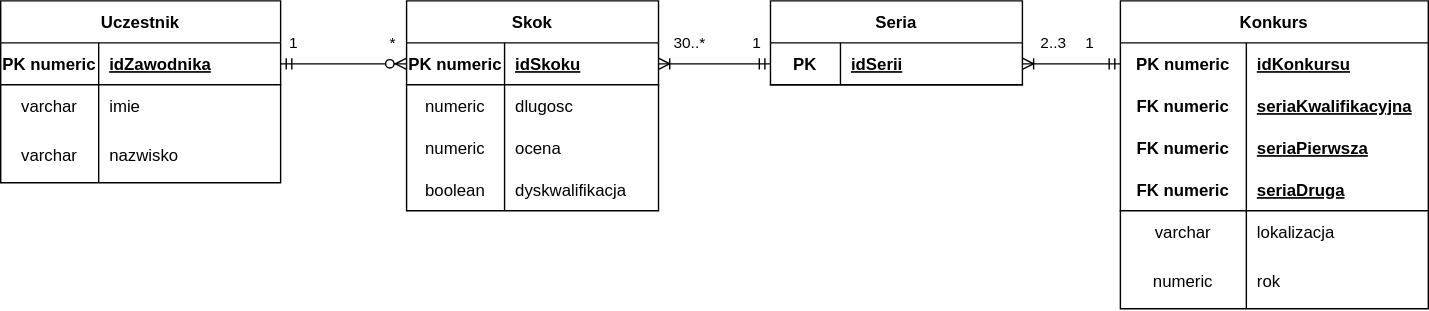
This is SkokiERD.svg from kamart02/skokiBD, a draw.io export, as it was before one commit. Source tidied: cells renumbered, new cells last; positions are measured from the earlier drawing's top-left corner, leaving out a move shared by most shapes.
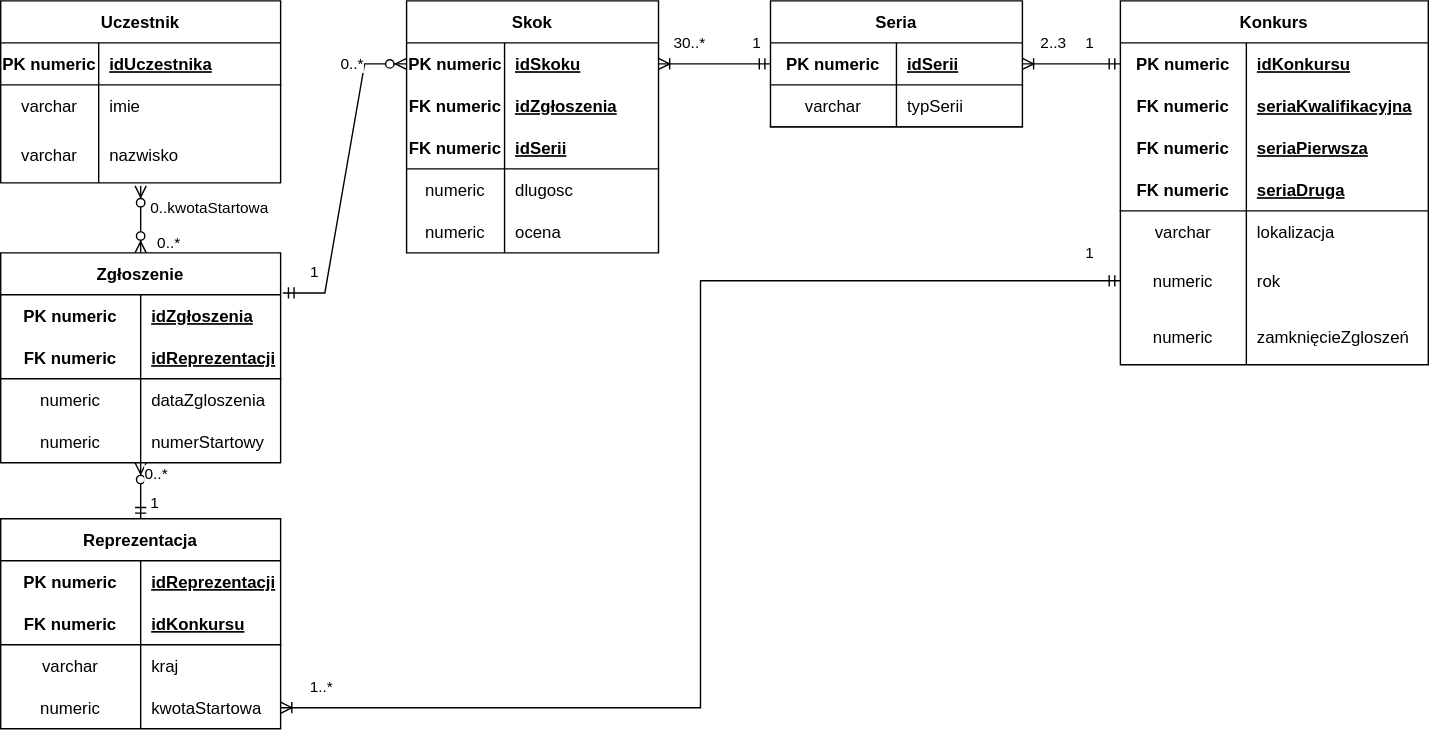
Later version of the same file.

Change to the diagram source:
```diff
@@ -11,7 +11,7 @@
     <mxCell id="4" value="PK numeric" style="shape=partialRectangle;fillColor=none;top=0;left=0;bottom=0;right=0;fontStyle=1;overflow=hidden;" parent="3" vertex="1">
       <mxGeometry width="70" height="30" as="geometry" />
     </mxCell>
-    <mxCell id="5" value="idZawodnika" style="shape=partialRectangle;fillColor=none;top=0;left=0;bottom=0;right=0;align=left;spacingLeft=6;fontStyle=5;overflow=hidden;" parent="3" vertex="1">
+    <mxCell id="5" value="idUczestnika" style="shape=partialRectangle;fillColor=none;top=0;left=0;bottom=0;right=0;align=left;spacingLeft=6;fontStyle=5;overflow=hidden;" parent="3" vertex="1">
       <mxGeometry x="70" width="130" height="30" as="geometry" />
     </mxCell>
     <mxCell id="6" style="shape=tableRow;horizontal=0;startSize=0;swimlaneHead=0;swimlaneBody=0;fillColor=none;top=0;left=0;right=0;bottom=0;" parent="2" vertex="1">
@@ -33,9 +33,9 @@
       <mxGeometry x="70" width="130" height="40" as="geometry" />
     </mxCell>
     <mxCell id="12" value="Skok" style="shape=table;startSize=30;rowLines=0;fontStyle=1;align=center;" parent="1" vertex="1">
-      <mxGeometry x="290" width="180" height="150" as="geometry" />
+      <mxGeometry x="290" width="180" height="180" as="geometry" />
     </mxCell>
-    <mxCell id="13" style="shape=tableRow;horizontal=0;startSize=0;swimlaneHead=0;swimlaneBody=0;fillColor=none;points=[[0,0.5],[1,0.5]];portConstraint=eastwest;top=0;left=0;right=0;bottom=1;" parent="12" vertex="1">
+    <mxCell id="13" style="shape=tableRow;horizontal=0;startSize=0;swimlaneHead=0;swimlaneBody=0;fillColor=none;points=[[0,0.5],[1,0.5]];portConstraint=eastwest;top=0;left=0;right=0;bottom=1;strokeColor=none;" parent="12" vertex="1">
       <mxGeometry y="30" width="180" height="30" as="geometry" />
     </mxCell>
     <mxCell id="14" value="PK numeric" style="shape=partialRectangle;fillColor=none;top=0;left=0;bottom=0;right=0;fontStyle=1;overflow=hidden;" parent="13" vertex="1">
@@ -44,8 +44,26 @@
     <mxCell id="15" value="idSkoku" style="shape=partialRectangle;fillColor=none;top=0;left=0;bottom=0;right=0;align=left;spacingLeft=6;fontStyle=5;overflow=hidden;" parent="13" vertex="1">
       <mxGeometry x="70" width="110" height="30" as="geometry" />
     </mxCell>
+    <mxCell id="57" style="shape=tableRow;horizontal=0;startSize=0;swimlaneHead=0;swimlaneBody=0;fillColor=none;top=0;left=0;right=0;bottom=1;strokeColor=none;" parent="12" vertex="1">
+      <mxGeometry y="60" width="180" height="30" as="geometry" />
+    </mxCell>
+    <mxCell id="58" value="FK numeric" style="shape=partialRectangle;fillColor=none;top=0;left=0;bottom=0;right=0;fontStyle=1;overflow=hidden;" parent="57" vertex="1">
+      <mxGeometry width="70" height="30" as="geometry" />
+    </mxCell>
+    <mxCell id="59" value="idZgłoszenia" style="shape=partialRectangle;fillColor=none;top=0;left=0;bottom=0;right=0;align=left;spacingLeft=6;fontStyle=5;overflow=hidden;" parent="57" vertex="1">
+      <mxGeometry x="70" width="110" height="30" as="geometry" />
+    </mxCell>
+    <mxCell id="60" style="shape=tableRow;horizontal=0;startSize=0;swimlaneHead=0;swimlaneBody=0;fillColor=none;top=0;left=0;right=0;bottom=1;" parent="12" vertex="1">
+      <mxGeometry y="90" width="180" height="30" as="geometry" />
+    </mxCell>
+    <mxCell id="61" value="FK numeric" style="shape=partialRectangle;fillColor=none;top=0;left=0;bottom=0;right=0;fontStyle=1;overflow=hidden;" parent="60" vertex="1">
+      <mxGeometry width="70" height="30" as="geometry" />
+    </mxCell>
+    <mxCell id="62" value="idSerii" style="shape=partialRectangle;fillColor=none;top=0;left=0;bottom=0;right=0;align=left;spacingLeft=6;fontStyle=5;overflow=hidden;" parent="60" vertex="1">
+      <mxGeometry x="70" width="110" height="30" as="geometry" />
+    </mxCell>
     <mxCell id="16" style="shape=tableRow;horizontal=0;startSize=0;swimlaneHead=0;swimlaneBody=0;fillColor=none;top=0;left=0;right=0;bottom=0;" parent="12" vertex="1">
-      <mxGeometry y="60" width="180" height="30" as="geometry" />
+      <mxGeometry y="120" width="180" height="30" as="geometry" />
     </mxCell>
     <mxCell id="17" value="numeric" style="shape=partialRectangle;fillColor=none;top=0;left=0;bottom=0;right=0;overflow=hidden;" parent="16" vertex="1">
       <mxGeometry width="70" height="30" as="geometry" />
@@ -54,7 +72,7 @@
       <mxGeometry x="70" width="110" height="30" as="geometry" />
     </mxCell>
     <mxCell id="19" style="shape=tableRow;horizontal=0;startSize=0;swimlaneHead=0;swimlaneBody=0;fillColor=none;top=0;left=0;right=0;bottom=0;" parent="12" vertex="1">
-      <mxGeometry y="90" width="180" height="30" as="geometry" />
+      <mxGeometry y="150" width="180" height="30" as="geometry" />
     </mxCell>
     <mxCell id="20" value="numeric" style="shape=partialRectangle;fillColor=none;top=0;left=0;bottom=0;right=0;overflow=hidden;" parent="19" vertex="1">
       <mxGeometry width="70" height="30" as="geometry" />
@@ -62,17 +80,8 @@
     <mxCell id="21" value="ocena" style="shape=partialRectangle;fillColor=none;top=0;left=0;bottom=0;right=0;align=left;spacingLeft=6;overflow=hidden;" parent="19" vertex="1">
       <mxGeometry x="70" width="110" height="30" as="geometry" />
     </mxCell>
-    <mxCell id="22" style="shape=tableRow;horizontal=0;startSize=0;swimlaneHead=0;swimlaneBody=0;fillColor=none;top=0;left=0;right=0;bottom=0;" parent="12" vertex="1">
-      <mxGeometry y="120" width="180" height="30" as="geometry" />
-    </mxCell>
-    <mxCell id="23" value="boolean" style="shape=partialRectangle;fillColor=none;top=0;left=0;bottom=0;right=0;overflow=hidden;" parent="22" vertex="1">
-      <mxGeometry width="70" height="30" as="geometry" />
-    </mxCell>
-    <mxCell id="24" value="dyskwalifikacja" style="shape=partialRectangle;fillColor=none;top=0;left=0;bottom=0;right=0;align=left;spacingLeft=6;overflow=hidden;" parent="22" vertex="1">
-      <mxGeometry x="70" width="110" height="30" as="geometry" />
-    </mxCell>
     <mxCell id="25" value="Konkurs" style="shape=table;startSize=30;rowLines=0;fontStyle=1;align=center;rounded=0;strokeColor=default;" parent="1" vertex="1">
-      <mxGeometry x="800" width="220" height="220" as="geometry" />
+      <mxGeometry x="800" width="220" height="260" as="geometry" />
     </mxCell>
     <mxCell id="26" style="shape=tableRow;horizontal=0;startSize=0;swimlaneHead=0;swimlaneBody=0;fillColor=none;points=[[0,0.5],[1,0.5]];portConstraint=eastwest;top=0;left=0;right=0;bottom=1;rounded=0;strokeColor=none;" parent="25" vertex="1">
       <mxGeometry y="30" width="220" height="30" as="geometry" />
@@ -128,19 +137,37 @@
     <mxCell id="43" value="rok" style="shape=partialRectangle;fillColor=none;top=0;left=0;bottom=0;right=0;align=left;spacingLeft=6;overflow=hidden;rounded=0;" parent="41" vertex="1">
       <mxGeometry x="90" width="130" height="40" as="geometry" />
     </mxCell>
+    <mxCell id="63" style="shape=tableRow;horizontal=0;startSize=0;swimlaneHead=0;swimlaneBody=0;fillColor=none;top=0;left=0;right=0;bottom=0;rounded=0;" parent="25" vertex="1">
+      <mxGeometry y="220" width="220" height="40" as="geometry" />
+    </mxCell>
+    <mxCell id="64" value="numeric" style="shape=partialRectangle;fillColor=none;top=0;left=0;bottom=0;right=0;overflow=hidden;rounded=0;" parent="63" vertex="1">
+      <mxGeometry width="90" height="40" as="geometry" />
+    </mxCell>
+    <mxCell id="65" value="zamknięcieZgloszeń" style="shape=partialRectangle;fillColor=none;top=0;left=0;bottom=0;right=0;align=left;spacingLeft=6;overflow=hidden;rounded=0;" parent="63" vertex="1">
+      <mxGeometry x="90" width="130" height="40" as="geometry" />
+    </mxCell>
     <mxCell id="44" value="Seria" style="shape=table;startSize=30;rowLines=0;fontStyle=1;align=center;rounded=0;strokeColor=default;" parent="1" vertex="1">
-      <mxGeometry x="550" width="180" height="60" as="geometry" />
+      <mxGeometry x="550" width="180" height="90" as="geometry" />
     </mxCell>
     <mxCell id="45" style="shape=tableRow;horizontal=0;startSize=0;swimlaneHead=0;swimlaneBody=0;fillColor=none;points=[[0,0.5],[1,0.5]];portConstraint=eastwest;top=0;left=0;right=0;bottom=1;rounded=0;strokeColor=default;" parent="44" vertex="1">
       <mxGeometry y="30" width="180" height="30" as="geometry" />
     </mxCell>
-    <mxCell id="46" value="PK" style="shape=partialRectangle;fillColor=none;top=0;left=0;bottom=0;right=0;fontStyle=1;overflow=hidden;rounded=0;strokeColor=default;" parent="45" vertex="1">
-      <mxGeometry width="50" height="30" as="geometry" />
+    <mxCell id="46" value="PK numeric" style="shape=partialRectangle;fillColor=none;top=0;left=0;bottom=0;right=0;fontStyle=1;overflow=hidden;rounded=0;strokeColor=default;" parent="45" vertex="1">
+      <mxGeometry width="90" height="30" as="geometry" />
     </mxCell>
     <mxCell id="47" value="idSerii" style="shape=partialRectangle;fillColor=none;top=0;left=0;bottom=0;right=0;align=left;spacingLeft=6;fontStyle=5;overflow=hidden;rounded=0;strokeColor=default;" parent="45" vertex="1">
-      <mxGeometry x="50" width="130" height="30" as="geometry" />
+      <mxGeometry x="90" width="90" height="30" as="geometry" />
     </mxCell>
+    <mxCell id="66" style="shape=tableRow;horizontal=0;startSize=0;swimlaneHead=0;swimlaneBody=0;fillColor=none;top=0;left=0;right=0;bottom=1;rounded=0;strokeColor=default;" parent="44" vertex="1">
+      <mxGeometry y="60" width="180" height="30" as="geometry" />
+    </mxCell>
+    <mxCell id="67" value="varchar" style="shape=partialRectangle;fillColor=none;top=0;left=0;bottom=0;right=0;fontStyle=0;overflow=hidden;rounded=0;strokeColor=default;" parent="66" vertex="1">
+      <mxGeometry width="90" height="30" as="geometry" />
+    </mxCell>
+    <mxCell id="68" value="typSerii" style="shape=partialRectangle;fillColor=none;top=0;left=0;bottom=0;right=0;align=left;spacingLeft=6;fontStyle=0;overflow=hidden;rounded=0;strokeColor=default;" parent="66" vertex="1">
+      <mxGeometry x="90" width="90" height="30" as="geometry" />
+    </mxCell>
-    <mxCell id="48" style="edgeStyle=entityRelationEdgeStyle;fontSize=12;html=1;endArrow=ERzeroToMany;startArrow=ERmandOne;rounded=0;exitX=1;exitY=0.5;exitDx=0;exitDy=0;entryX=0;entryY=0.5;entryDx=0;entryDy=0;" parent="1" edge="1" source="3" target="13">
+    <mxCell id="48" style="edgeStyle=entityRelationEdgeStyle;fontSize=12;html=1;endArrow=ERzeroToMany;startArrow=ERmandOne;rounded=0;exitX=1.008;exitY=0.191;exitDx=0;exitDy=0;entryX=0;entryY=0.5;entryDx=0;entryDy=0;exitPerimeter=0;" parent="1" edge="1" source="88" target="13">
       <mxGeometry relative="1" as="geometry" />
     </mxCell>
     <mxCell id="49" value="&lt;div&gt;1&lt;/div&gt;" style="edgeLabel;html=1;align=center;verticalAlign=middle;" parent="48" vertex="1">
@@ -148,9 +175,9 @@
         <mxPoint x="-1" y="-13" as="offset" />
       </mxGeometry>
     </mxCell>
-    <mxCell id="50" value="&lt;div&gt;*&lt;/div&gt;" style="edgeLabel;html=1;align=center;verticalAlign=middle;" parent="48" vertex="1">
+    <mxCell id="50" value="&lt;div&gt;0..*&lt;br&gt;&lt;/div&gt;" style="edgeLabel;html=1;align=center;verticalAlign=middle;" parent="48" vertex="1">
       <mxGeometry x="0.6" relative="1" as="geometry">
-        <mxPoint x="8" y="-15" as="offset" />
+        <mxPoint x="-7" y="-15" as="offset" />
       </mxGeometry>
     </mxCell>
     <mxCell id="51" style="fontSize=12;html=1;endArrow=ERoneToMany;startArrow=ERmandOne;rounded=0;edgeStyle=orthogonalEdgeStyle;exitX=0;exitY=0.5;exitDx=0;exitDy=0;entryX=1;entryY=0.5;entryDx=0;entryDy=0;" parent="1" edge="1" source="45" target="13">
@@ -179,5 +206,124 @@
         <mxPoint x="-8" y="-14" as="offset" />
       </mxGeometry>
     </mxCell>
+    <mxCell id="69" value="Reprezentacja" style="shape=table;startSize=30;rowLines=0;fontStyle=1;align=center;" parent="1" vertex="1">
+      <mxGeometry y="370" width="200" height="150" as="geometry" />
+    </mxCell>
+    <mxCell id="70" style="shape=tableRow;horizontal=0;startSize=0;swimlaneHead=0;swimlaneBody=0;fillColor=none;top=0;left=0;right=0;bottom=1;strokeColor=none;" parent="69" vertex="1">
+      <mxGeometry y="30" width="200" height="30" as="geometry" />
+    </mxCell>
+    <mxCell id="71" value="PK numeric" style="shape=partialRectangle;fillColor=none;top=0;left=0;bottom=0;right=0;fontStyle=1;overflow=hidden;" parent="70" vertex="1">
+      <mxGeometry width="100" height="30" as="geometry" />
+    </mxCell>
+    <mxCell id="72" value="idReprezentacji" style="shape=partialRectangle;fillColor=none;top=0;left=0;bottom=0;right=0;align=left;spacingLeft=6;fontStyle=5;overflow=hidden;strokeColor=none;" parent="70" vertex="1">
+      <mxGeometry x="100" width="100" height="30" as="geometry" />
+    </mxCell>
+    <mxCell id="73" style="shape=tableRow;horizontal=0;startSize=0;swimlaneHead=0;swimlaneBody=0;fillColor=none;top=0;left=0;right=0;bottom=1;strokeColor=default;" parent="69" vertex="1">
+      <mxGeometry y="60" width="200" height="30" as="geometry" />
+    </mxCell>
+    <mxCell id="74" value="FK numeric" style="shape=partialRectangle;fillColor=none;top=0;left=0;bottom=0;right=0;fontStyle=1;overflow=hidden;" parent="73" vertex="1">
+      <mxGeometry width="100" height="30" as="geometry" />
+    </mxCell>
+    <mxCell id="75" value="idKonkursu" style="shape=partialRectangle;fillColor=none;top=0;left=0;bottom=0;right=0;align=left;spacingLeft=6;fontStyle=5;overflow=hidden;strokeColor=none;" parent="73" vertex="1">
+      <mxGeometry x="100" width="100" height="30" as="geometry" />
+    </mxCell>
+    <mxCell id="76" style="shape=tableRow;horizontal=0;startSize=0;swimlaneHead=0;swimlaneBody=0;fillColor=none;top=0;left=0;right=0;bottom=0;" parent="69" vertex="1">
+      <mxGeometry y="90" width="200" height="30" as="geometry" />
+    </mxCell>
+    <mxCell id="77" value="varchar" style="shape=partialRectangle;fillColor=none;top=0;left=0;bottom=0;right=0;overflow=hidden;" parent="76" vertex="1">
+      <mxGeometry width="100" height="30" as="geometry" />
+    </mxCell>
+    <mxCell id="78" value="kraj" style="shape=partialRectangle;fillColor=none;top=0;left=0;bottom=0;right=0;align=left;spacingLeft=6;overflow=hidden;" parent="76" vertex="1">
+      <mxGeometry x="100" width="100" height="30" as="geometry" />
+    </mxCell>
+    <mxCell id="79" style="shape=tableRow;horizontal=0;startSize=0;swimlaneHead=0;swimlaneBody=0;fillColor=none;points=[[0,0.5],[1,0.5]];portConstraint=eastwest;top=0;left=0;right=0;bottom=0;" parent="69" vertex="1">
+      <mxGeometry y="120" width="200" height="30" as="geometry" />
+    </mxCell>
+    <mxCell id="80" value="numeric" style="shape=partialRectangle;fillColor=none;top=0;left=0;bottom=0;right=0;overflow=hidden;" parent="79" vertex="1">
+      <mxGeometry width="100" height="30" as="geometry" />
+    </mxCell>
+    <mxCell id="81" value="kwotaStartowa" style="shape=partialRectangle;fillColor=none;top=0;left=0;bottom=0;right=0;align=left;spacingLeft=6;overflow=hidden;" parent="79" vertex="1">
+      <mxGeometry x="100" width="100" height="30" as="geometry" />
+    </mxCell>
+    <mxCell id="82" style="fontSize=12;html=1;endArrow=ERzeroToMany;endFill=1;startArrow=ERzeroToMany;rounded=0;exitX=0.5;exitY=0;exitDx=0;exitDy=0;entryX=0.5;entryY=1.054;entryDx=0;entryDy=0;entryPerimeter=0;" parent="1" edge="1" source="88" target="9">
+      <mxGeometry relative="1" as="geometry" />
+    </mxCell>
+    <mxCell id="83" value="0..kwotaStartowa" style="edgeLabel;html=1;align=center;verticalAlign=middle;" parent="82" vertex="1">
+      <mxGeometry x="0.39" y="1" relative="1" as="geometry">
+        <mxPoint x="50" y="1" as="offset" />
+      </mxGeometry>
+    </mxCell>
+    <mxCell id="84" value="0..*" style="edgeLabel;html=1;align=center;verticalAlign=middle;" parent="82" vertex="1">
+      <mxGeometry x="-0.37" y="-1" relative="1" as="geometry">
+        <mxPoint x="19" y="8" as="offset" />
+      </mxGeometry>
+    </mxCell>
+    <mxCell id="85" style="edgeStyle=orthogonalEdgeStyle;fontSize=12;html=1;endArrow=ERoneToMany;startArrow=ERmandOne;rounded=0;exitX=0;exitY=0.5;exitDx=0;exitDy=0;entryX=1;entryY=0.5;entryDx=0;entryDy=0;" parent="1" edge="1" source="41" target="79">
+      <mxGeometry relative="1" as="geometry" />
+    </mxCell>
+    <mxCell id="86" value="1..*" style="edgeLabel;html=1;align=center;verticalAlign=middle;" parent="85" vertex="1">
+      <mxGeometry x="0.94" relative="1" as="geometry">
+        <mxPoint y="-15" as="offset" />
+      </mxGeometry>
+    </mxCell>
+    <mxCell id="87" value="1" style="edgeLabel;html=1;align=center;verticalAlign=middle;" parent="85" vertex="1">
+      <mxGeometry x="-0.96" y="-2" relative="1" as="geometry">
+        <mxPoint x="-5" y="-18" as="offset" />
+      </mxGeometry>
+    </mxCell>
+    <mxCell id="88" value="Zgłoszenie" style="shape=table;startSize=30;rowLines=0;fontStyle=1;align=center;strokeColor=default;" parent="1" vertex="1">
+      <mxGeometry y="180" width="200" height="150" as="geometry" />
+    </mxCell>
+    <mxCell id="89" style="shape=tableRow;horizontal=0;startSize=0;swimlaneHead=0;swimlaneBody=0;fillColor=none;top=0;left=0;right=0;bottom=1;strokeColor=none;" parent="88" vertex="1">
+      <mxGeometry y="30" width="200" height="30" as="geometry" />
+    </mxCell>
+    <mxCell id="90" value="PK numeric" style="shape=partialRectangle;fillColor=none;top=0;left=0;bottom=0;right=0;fontStyle=1;overflow=hidden;strokeColor=default;" parent="89" vertex="1">
+      <mxGeometry width="100" height="30" as="geometry" />
+    </mxCell>
+    <mxCell id="91" value="idZgłoszenia" style="shape=partialRectangle;fillColor=none;top=0;left=0;bottom=0;right=0;align=left;spacingLeft=6;fontStyle=5;overflow=hidden;strokeColor=default;" parent="89" vertex="1">
+      <mxGeometry x="100" width="100" height="30" as="geometry" />
+    </mxCell>
+    <mxCell id="92" style="shape=tableRow;horizontal=0;startSize=0;swimlaneHead=0;swimlaneBody=0;fillColor=none;top=0;left=0;right=0;bottom=1;strokeColor=default;" parent="88" vertex="1">
+      <mxGeometry y="60" width="200" height="30" as="geometry" />
+    </mxCell>
+    <mxCell id="93" value="FK numeric" style="shape=partialRectangle;fillColor=none;top=0;left=0;bottom=0;right=0;fontStyle=1;overflow=hidden;strokeColor=default;" parent="92" vertex="1">
+      <mxGeometry width="100" height="30" as="geometry" />
+    </mxCell>
+    <mxCell id="94" value="idReprezentacji" style="shape=partialRectangle;fillColor=none;top=0;left=0;bottom=0;right=0;align=left;spacingLeft=6;fontStyle=5;overflow=hidden;strokeColor=default;" parent="92" vertex="1">
+      <mxGeometry x="100" width="100" height="30" as="geometry" />
+    </mxCell>
+    <mxCell id="95" style="shape=tableRow;horizontal=0;startSize=0;swimlaneHead=0;swimlaneBody=0;fillColor=none;top=0;left=0;right=0;bottom=0;strokeColor=default;" parent="88" vertex="1">
+      <mxGeometry y="90" width="200" height="30" as="geometry" />
+    </mxCell>
+    <mxCell id="96" value="numeric" style="shape=partialRectangle;fillColor=none;top=0;left=0;bottom=0;right=0;overflow=hidden;strokeColor=default;" parent="95" vertex="1">
+      <mxGeometry width="100" height="30" as="geometry" />
+    </mxCell>
+    <mxCell id="97" value="dataZgloszenia" style="shape=partialRectangle;fillColor=none;top=0;left=0;bottom=0;right=0;align=left;spacingLeft=6;overflow=hidden;strokeColor=default;" parent="95" vertex="1">
+      <mxGeometry x="100" width="100" height="30" as="geometry" />
+    </mxCell>
+    <mxCell id="98" style="shape=tableRow;horizontal=0;startSize=0;swimlaneHead=0;swimlaneBody=0;fillColor=none;top=0;left=0;right=0;bottom=0;strokeColor=default;" parent="88" vertex="1">
+      <mxGeometry y="120" width="200" height="30" as="geometry" />
+    </mxCell>
+    <mxCell id="99" value="numeric" style="shape=partialRectangle;fillColor=none;top=0;left=0;bottom=0;right=0;overflow=hidden;strokeColor=default;" parent="98" vertex="1">
+      <mxGeometry width="100" height="30" as="geometry" />
+    </mxCell>
+    <mxCell id="100" value="numerStartowy" style="shape=partialRectangle;fillColor=none;top=0;left=0;bottom=0;right=0;align=left;spacingLeft=6;overflow=hidden;strokeColor=default;" parent="98" vertex="1">
+      <mxGeometry x="100" width="100" height="30" as="geometry" />
+    </mxCell>
+    <mxCell id="101" style="fontSize=12;html=1;endArrow=ERzeroToMany;startArrow=ERmandOne;rounded=0;exitX=0.5;exitY=0;exitDx=0;exitDy=0;" parent="1" edge="1" source="69">
+      <mxGeometry relative="1" as="geometry">
+        <mxPoint x="100" y="330" as="targetPoint" />
+      </mxGeometry>
+    </mxCell>
+    <mxCell id="102" value="1" style="edgeLabel;html=1;align=center;verticalAlign=middle;" parent="101" vertex="1">
+      <mxGeometry x="-0.43" y="1" relative="1" as="geometry">
+        <mxPoint x="11" as="offset" />
+      </mxGeometry>
+    </mxCell>
+    <mxCell id="103" value="0..*" style="edgeLabel;html=1;align=center;verticalAlign=middle;" parent="101" vertex="1">
+      <mxGeometry x="0.27" y="1" relative="1" as="geometry">
+        <mxPoint x="12" y="-7" as="offset" />
+      </mxGeometry>
+    </mxCell>
   </root>
 </mxGraphModel>
```
